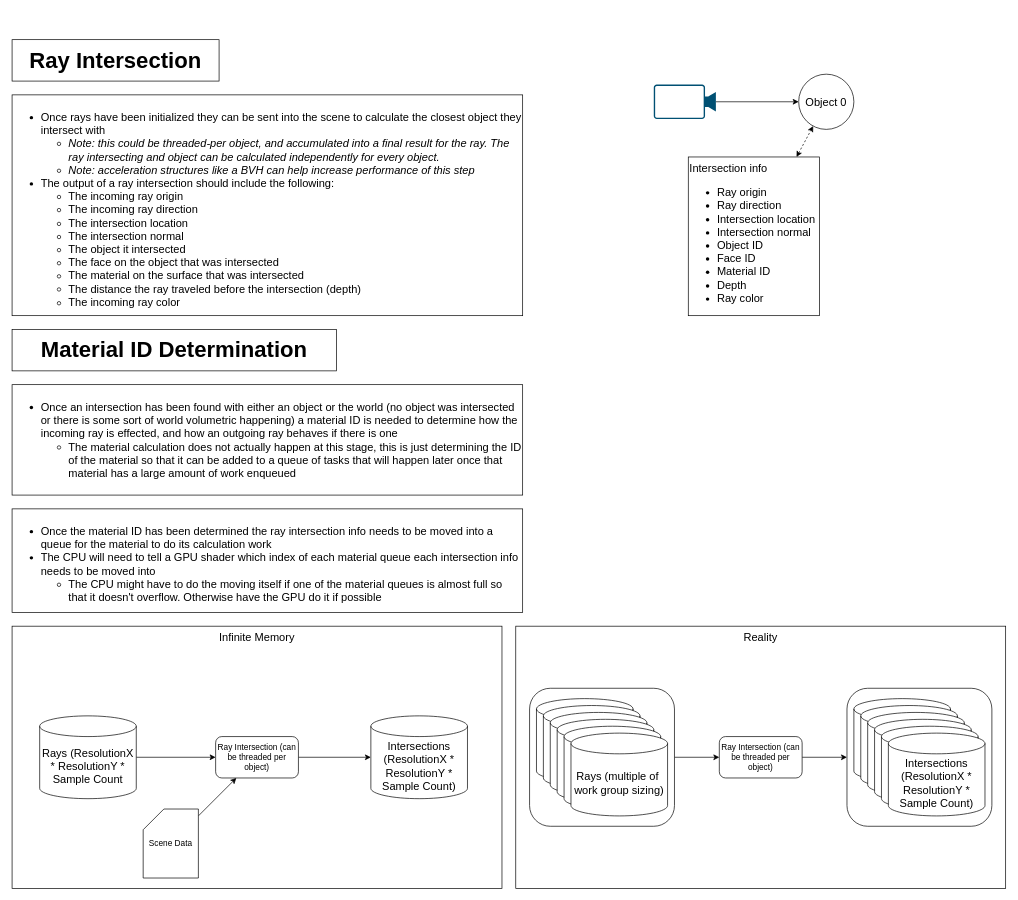
Above: page "Ray Intersection" (3 of 6) of doc/Pipeline.drawio in Nicholas-Tuttle/RayTracer (draw.io), before the change. Source tidied: cells renumbered, new cells numbered last; positions are measured from the earlier drawing's top-left corner, leaving out a move shared by most shapes. Both pictures are drawn from the tidied source at 69%, with x=0, y=0 at pixel (12, 39).
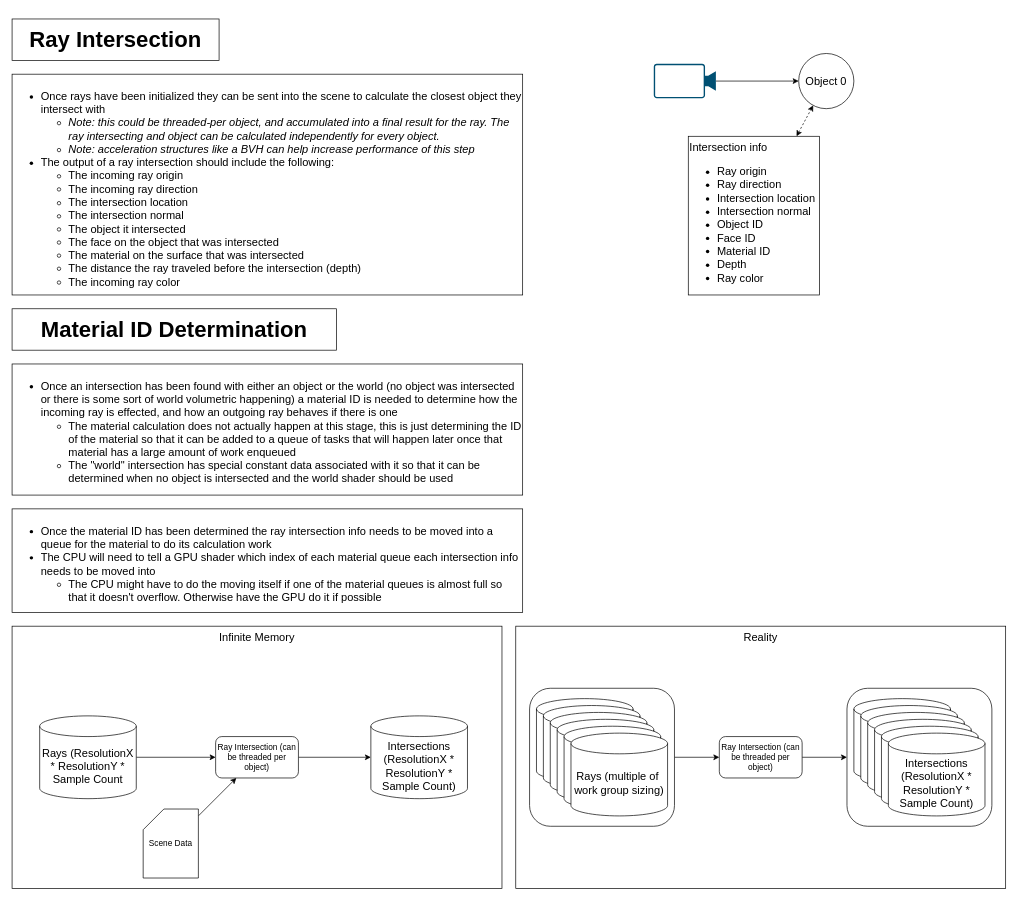
The same page after the edit.

What changed in the source:
```diff
@@
     <mxCell id="2" value="&lt;h1&gt;Ray Intersection&lt;/h1&gt;" style="rounded=0;whiteSpace=wrap;html=1;strokeColor=default;fontSize=16;fillColor=default;" parent="1" vertex="1">
-      <mxGeometry width="300" height="60" as="geometry" />
+      <mxGeometry y="-30" width="300" height="60" as="geometry" />
     </mxCell>
     <mxCell id="3" value="&lt;ul&gt;&lt;li&gt;Once rays have been initialized they can be sent into the scene to calculate the closest object they intersect with&lt;/li&gt;&lt;ul&gt;&lt;li&gt;&lt;i&gt;Note: this could be threaded-per object, and accumulated into a final result for the ray. The ray intersecting and object can be calculated independently for every object.&lt;/i&gt;&lt;/li&gt;&lt;li&gt;&lt;i&gt;Note: acceleration structures like a BVH can help increase performance of this step&lt;/i&gt;&lt;/li&gt;&lt;/ul&gt;&lt;li&gt;The output of a ray intersection should include the following:&lt;/li&gt;&lt;ul&gt;&lt;li&gt;The incoming ray origin&lt;/li&gt;&lt;li&gt;The incoming ray direction&lt;/li&gt;&lt;li&gt;The intersection location&lt;/li&gt;&lt;li&gt;The intersection normal&lt;/li&gt;&lt;li&gt;The object it intersected&lt;/li&gt;&lt;li&gt;The face on the object that was intersected&lt;/li&gt;&lt;li&gt;The material on the surface that was intersected&lt;/li&gt;&lt;li&gt;The distance the ray traveled before the intersection (depth)&lt;/li&gt;&lt;li&gt;The incoming ray color&lt;/li&gt;&lt;/ul&gt;&lt;/ul&gt;" style="rounded=0;whiteSpace=wrap;html=1;strokeColor=default;fontSize=16;fillColor=default;align=left;verticalAlign=top;" parent="1" vertex="1">
-      <mxGeometry y="80" width="740" height="320" as="geometry" />
+      <mxGeometry y="50" width="740" height="320" as="geometry" />
     </mxCell>
     <mxCell id="4" value="&lt;h1&gt;Material ID Determination&lt;/h1&gt;" style="rounded=0;whiteSpace=wrap;html=1;strokeColor=default;fontSize=16;fillColor=default;" parent="1" vertex="1">
-      <mxGeometry y="420" width="470" height="60" as="geometry" />
+      <mxGeometry y="390" width="470" height="60" as="geometry" />
     </mxCell>
-    <mxCell id="5" value="&lt;ul&gt;&lt;li&gt;Once an intersection has been found with either an object or the world (no object was intersected or there is some sort of world volumetric happening) a material ID is needed to determine how the incoming ray is effected, and how an outgoing ray behaves if there is one&lt;/li&gt;&lt;ul&gt;&lt;li&gt;The material calculation does not actually happen at this stage, this is just determining the ID of the material so that it can be added to a queue of tasks that will happen later once that material has a large amount of work enqueued&lt;/li&gt;&lt;/ul&gt;&lt;/ul&gt;" style="rounded=0;whiteSpace=wrap;html=1;strokeColor=default;fontSize=16;fillColor=default;align=left;verticalAlign=top;" parent="1" vertex="1">
-      <mxGeometry y="500" width="740" height="160" as="geometry" />
+    <mxCell id="5" value="&lt;ul&gt;&lt;li&gt;Once an intersection has been found with either an object or the world (no object was intersected or there is some sort of world volumetric happening) a material ID is needed to determine how the incoming ray is effected, and how an outgoing ray behaves if there is one&lt;/li&gt;&lt;ul&gt;&lt;li&gt;The material calculation does not actually happen at this stage, this is just determining the ID of the material so that it can be added to a queue of tasks that will happen later once that material has a large amount of work enqueued&lt;/li&gt;&lt;li&gt;The &quot;world&quot; intersection has special constant data associated with it so that it can be determined when no object is intersected and the world shader should be used&lt;/li&gt;&lt;/ul&gt;&lt;/ul&gt;" style="rounded=0;whiteSpace=wrap;html=1;strokeColor=default;fontSize=16;fillColor=default;align=left;verticalAlign=top;" parent="1" vertex="1">
+      <mxGeometry y="470" width="740" height="190" as="geometry" />
     </mxCell>
     <mxCell id="6" value="Object 0" style="ellipse;whiteSpace=wrap;html=1;strokeColor=default;fontSize=16;fillColor=default;" parent="1" vertex="1">
-      <mxGeometry x="1140" y="50" width="80" height="80" as="geometry" />
+      <mxGeometry x="1140" y="20" width="80" height="80" as="geometry" />
     </mxCell>
@@
     <mxCell id="8" style="points=[[0,0.5,0],[0.19,0.02,0],[0.59,0,0],[0.985,0.02,0],[1,0.5,0],[0.985,0.98,0],[0.59,1,0],[0.19,0.98,0]];verticalLabelPosition=bottom;sketch=0;html=1;verticalAlign=top;align=center;shape=mxgraph.cisco19.camera;fillColor=#005073;strokeColor=none;fontSize=16;rotation=-180;" parent="1" vertex="1">
-      <mxGeometry x="930" y="65" width="90" height="50" as="geometry" />
+      <mxGeometry x="930" y="35" width="90" height="50" as="geometry" />
     </mxCell>
@@
     <mxCell id="10" value="&lt;div&gt;Intersection info&lt;/div&gt;&lt;ul&gt;&lt;li&gt;Ray origin&lt;/li&gt;&lt;li&gt;Ray direction&lt;/li&gt;&lt;li&gt;Intersection location&lt;/li&gt;&lt;li&gt;Intersection normal&lt;/li&gt;&lt;li&gt;Object ID&lt;/li&gt;&lt;li&gt;Face ID&lt;/li&gt;&lt;li&gt;Material ID&lt;/li&gt;&lt;li&gt;Depth&lt;/li&gt;&lt;li&gt;Ray color&lt;/li&gt;&lt;/ul&gt;" style="rounded=0;whiteSpace=wrap;html=1;strokeColor=default;fontSize=16;fillColor=default;align=left;verticalAlign=top;" parent="1" vertex="1">
-      <mxGeometry x="980" y="170" width="190" height="230" as="geometry" />
+      <mxGeometry x="980" y="140" width="190" height="230" as="geometry" />
     </mxCell>
```
